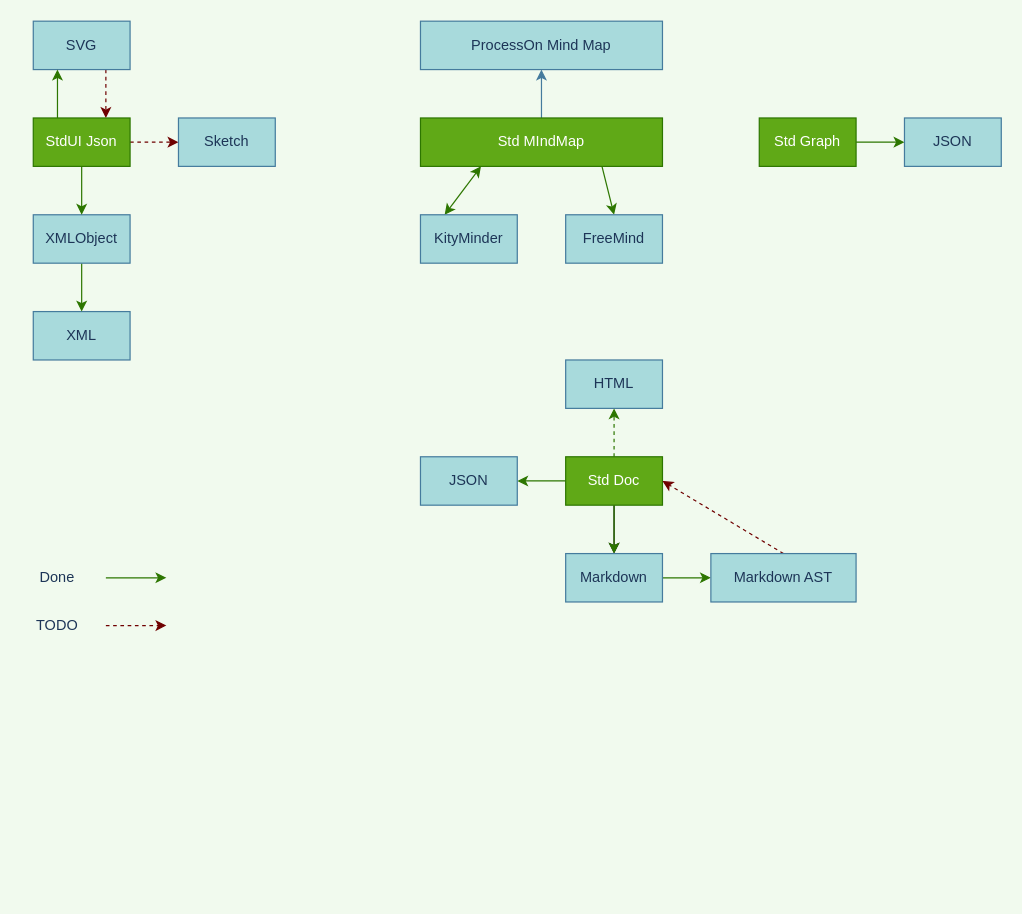
This is goal.drawio from yunser/json-ui, a draw.io file, before an edit. Source tidied: cells renumbered, new cells numbered last; positions are measured from the earlier drawing's top-left corner, leaving out a move shared by most shapes. Both pictures are drawn from the tidied source at 121%, with x=0, y=0 at pixel (33, 21).
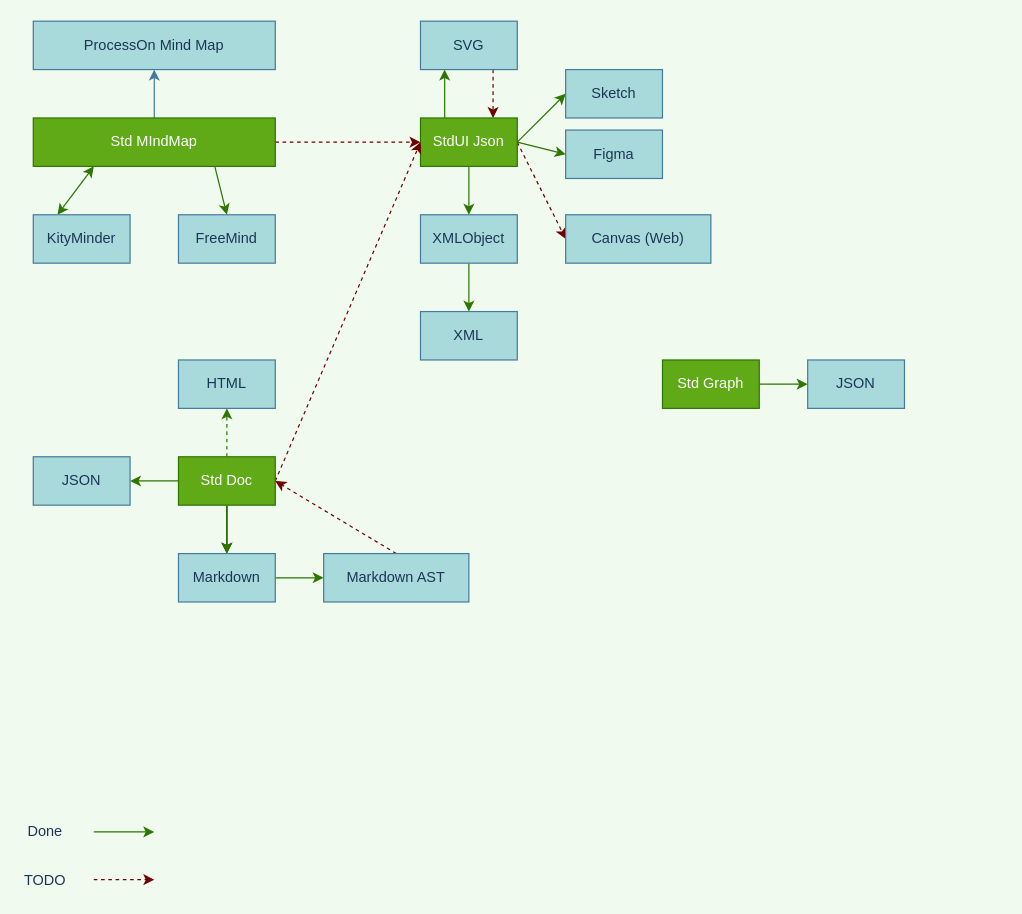
The same page after the edit.

What changed in the source:
```diff
@@
     <mxCell id="2" value="XML" style="whiteSpace=wrap;html=1;fillColor=#A8DADC;strokeColor=#457B9D;fontColor=#1D3557;" parent="1" vertex="1">
-      <mxGeometry y="240" width="80" height="40" as="geometry" />
+      <mxGeometry x="320" y="240" width="80" height="40" as="geometry" />
     </mxCell>
@@
     <mxCell id="4" value="XMLObject" style="whiteSpace=wrap;html=1;fillColor=#A8DADC;strokeColor=#457B9D;fontColor=#1D3557;" parent="1" vertex="1">
-      <mxGeometry y="160" width="80" height="40" as="geometry" />
+      <mxGeometry x="320" y="160" width="80" height="40" as="geometry" />
     </mxCell>
@@
     <mxCell id="6" value="SVG" style="whiteSpace=wrap;html=1;fillColor=#A8DADC;strokeColor=#457B9D;fontColor=#1D3557;" parent="1" vertex="1">
-      <mxGeometry width="80" height="40" as="geometry" />
+      <mxGeometry x="320" width="80" height="40" as="geometry" />
     </mxCell>
@@
-    <mxCell id="9" style="edgeStyle=orthogonalEdgeStyle;rounded=0;jettySize=auto;html=1;exitX=1;exitY=0.5;exitDx=0;exitDy=0;fillColor=#a20025;strokeColor=#6F0000;dashed=1;" parent="1" edge="1" source="10" target="36">
+    <mxCell id="9" style="rounded=0;jettySize=auto;html=1;exitX=1;exitY=0.5;exitDx=0;exitDy=0;fillColor=#60a917;strokeColor=#2D7600;entryX=0;entryY=0.5;entryDx=0;entryDy=0;" parent="1" edge="1" source="10" target="36">
       <mxGeometry relative="1" as="geometry" />
     </mxCell>
+    <mxCell id="37" style="edgeStyle=none;rounded=0;jettySize=auto;html=1;exitX=1;exitY=0.5;exitDx=0;exitDy=0;entryX=0;entryY=0.5;entryDx=0;entryDy=0;fillColor=#a20025;strokeColor=#6F0000;dashed=1;" parent="1" edge="1" source="10" target="41">
+      <mxGeometry relative="1" as="geometry" />
+    </mxCell>
+    <mxCell id="38" style="rounded=0;jettySize=auto;html=1;exitX=1;exitY=0.5;exitDx=0;exitDy=0;entryX=0;entryY=0.5;entryDx=0;entryDy=0;fillColor=#60a917;strokeColor=#2D7600;" parent="1" edge="1" source="10" target="42">
+      <mxGeometry relative="1" as="geometry" />
+    </mxCell>
     <mxCell id="10" value="StdUI Json" style="whiteSpace=wrap;html=1;fillColor=#60a917;strokeColor=#2D7600;fontColor=#ffffff;" parent="1" vertex="1">
-      <mxGeometry y="80" width="80" height="40" as="geometry" />
+      <mxGeometry x="320" y="80" width="80" height="40" as="geometry" />
     </mxCell>
     <mxCell id="11" style="endArrow=classic;html=1;fontColor=#1D3557;strokeColor=#2D7600;fillColor=#60a917;" parent="1" edge="1">
       <mxGeometry relative="1" as="geometry">
-        <mxPoint x="60" y="460" as="sourcePoint" />
-        <mxPoint x="110" y="460" as="targetPoint" />
+        <mxPoint x="50" y="670" as="sourcePoint" />
+        <mxPoint x="100" y="670" as="targetPoint" />
       </mxGeometry>
     </mxCell>
     <mxCell id="12" value="Done" style="text;html=1;strokeColor=none;fillColor=none;align=center;verticalAlign=middle;whiteSpace=wrap;rounded=0;fontColor=#1D3557;" parent="1" vertex="1">
-      <mxGeometry y="450" width="40" height="20" as="geometry" />
+      <mxGeometry x="-10" y="660" width="40" height="20" as="geometry" />
     </mxCell>
     <mxCell id="13" value="TODO" style="text;html=1;strokeColor=none;fillColor=none;align=center;verticalAlign=middle;whiteSpace=wrap;rounded=0;fontColor=#1D3557;" parent="1" vertex="1">
-      <mxGeometry y="490" width="40" height="20" as="geometry" />
+      <mxGeometry x="-10" y="700" width="40" height="20" as="geometry" />
     </mxCell>
     <mxCell id="14" style="endArrow=classic;html=1;fontColor=#1D3557;strokeColor=#6F0000;fillColor=#a20025;dashed=1;" parent="1" edge="1">
       <mxGeometry relative="1" as="geometry">
-        <mxPoint x="60" y="499.5" as="sourcePoint" />
-        <mxPoint x="110" y="499.5" as="targetPoint" />
+        <mxPoint x="50" y="709.5" as="sourcePoint" />
+        <mxPoint x="100" y="709.5" as="targetPoint" />
       </mxGeometry>
     </mxCell>
@@
+    <mxCell id="39" style="edgeStyle=orthogonalEdgeStyle;rounded=0;jettySize=auto;html=1;exitX=1;exitY=0.5;exitDx=0;exitDy=0;entryX=0;entryY=0.5;entryDx=0;entryDy=0;fillColor=#a20025;strokeColor=#6F0000;dashed=1;" parent="1" edge="1" source="17" target="10">
+      <mxGeometry relative="1" as="geometry" />
+    </mxCell>
     <mxCell id="17" value="Std MIndMap" style="whiteSpace=wrap;html=1;fillColor=#60a917;strokeColor=#2D7600;fontColor=#ffffff;" parent="1" vertex="1">
-      <mxGeometry x="320" y="80" width="200" height="40" as="geometry" />
+      <mxGeometry y="80" width="200" height="40" as="geometry" />
     </mxCell>
     <mxCell id="18" value="ProcessOn Mind Map" style="whiteSpace=wrap;html=1;fillColor=#A8DADC;strokeColor=#457B9D;fontColor=#1D3557;" parent="1" vertex="1">
-      <mxGeometry x="320" width="200" height="40" as="geometry" />
+      <mxGeometry width="200" height="40" as="geometry" />
     </mxCell>
@@
+    <mxCell id="40" style="rounded=0;jettySize=auto;html=1;exitX=1;exitY=0.5;exitDx=0;exitDy=0;entryX=0;entryY=0.5;entryDx=0;entryDy=0;dashed=1;fillColor=#a20025;strokeColor=#6F0000;" parent="1" edge="1" source="23" target="10">
+      <mxGeometry relative="1" as="geometry" />
+    </mxCell>
     <mxCell id="23" value="Std Doc" style="whiteSpace=wrap;html=1;fillColor=#60a917;strokeColor=#2D7600;fontColor=#ffffff;" parent="1" vertex="1">
-      <mxGeometry x="440" y="360" width="80" height="40" as="geometry" />
+      <mxGeometry x="120" y="360" width="80" height="40" as="geometry" />
     </mxCell>
@@
     <mxCell id="25" value="Std Graph" style="whiteSpace=wrap;html=1;fillColor=#60a917;strokeColor=#2D7600;fontColor=#ffffff;" parent="1" vertex="1">
-      <mxGeometry x="600" y="80" width="80" height="40" as="geometry" />
+      <mxGeometry x="520" y="280" width="80" height="40" as="geometry" />
     </mxCell>
@@
     <mxCell id="27" value="Markdown" style="whiteSpace=wrap;html=1;fillColor=#A8DADC;strokeColor=#457B9D;fontColor=#1D3557;" parent="1" vertex="1">
-      <mxGeometry x="440" y="440" width="80" height="40" as="geometry" />
+      <mxGeometry x="120" y="440" width="80" height="40" as="geometry" />
     </mxCell>
@@
     <mxCell id="29" value="Markdown AST" style="whiteSpace=wrap;html=1;fillColor=#A8DADC;strokeColor=#457B9D;fontColor=#1D3557;" parent="1" vertex="1">
-      <mxGeometry x="560" y="440" width="120" height="40" as="geometry" />
+      <mxGeometry x="240" y="440" width="120" height="40" as="geometry" />
     </mxCell>
     <mxCell id="30" value="JSON" style="whiteSpace=wrap;html=1;fillColor=#A8DADC;strokeColor=#457B9D;fontColor=#1D3557;" parent="1" vertex="1">
-      <mxGeometry x="320" y="360" width="80" height="40" as="geometry" />
+      <mxGeometry y="360" width="80" height="40" as="geometry" />
     </mxCell>
     <mxCell id="31" value="HTML" style="whiteSpace=wrap;html=1;fillColor=#A8DADC;strokeColor=#457B9D;fontColor=#1D3557;" parent="1" vertex="1">
-      <mxGeometry x="440" y="280" width="80" height="40" as="geometry" />
+      <mxGeometry x="120" y="280" width="80" height="40" as="geometry" />
     </mxCell>
@@
     <mxCell id="33" value="KityMinder" style="whiteSpace=wrap;html=1;fillColor=#A8DADC;strokeColor=#457B9D;fontColor=#1D3557;" parent="1" vertex="1">
-      <mxGeometry x="320" y="160" width="80" height="40" as="geometry" />
+      <mxGeometry y="160" width="80" height="40" as="geometry" />
     </mxCell>
     <mxCell id="34" value="FreeMind" style="whiteSpace=wrap;html=1;fillColor=#A8DADC;strokeColor=#457B9D;fontColor=#1D3557;" parent="1" vertex="1">
-      <mxGeometry x="440" y="160" width="80" height="40" as="geometry" />
+      <mxGeometry x="120" y="160" width="80" height="40" as="geometry" />
     </mxCell>
     <mxCell id="35" value="JSON" style="whiteSpace=wrap;html=1;fillColor=#A8DADC;strokeColor=#457B9D;fontColor=#1D3557;" parent="1" vertex="1">
-      <mxGeometry x="720" y="80" width="80" height="40" as="geometry" />
+      <mxGeometry x="640" y="280" width="80" height="40" as="geometry" />
     </mxCell>
     <mxCell id="36" value="Sketch" style="whiteSpace=wrap;html=1;fillColor=#A8DADC;strokeColor=#457B9D;fontColor=#1D3557;" parent="1" vertex="1">
-      <mxGeometry x="120" y="80" width="80" height="40" as="geometry" />
+      <mxGeometry x="440" y="40" width="80" height="40" as="geometry" />
     </mxCell>
+    <mxCell id="41" value="Canvas (Web)" style="whiteSpace=wrap;html=1;fillColor=#A8DADC;strokeColor=#457B9D;fontColor=#1D3557;" parent="1" vertex="1">
+      <mxGeometry x="440" y="160" width="120" height="40" as="geometry" />
+    </mxCell>
+    <mxCell id="42" value="Figma" style="whiteSpace=wrap;html=1;fillColor=#A8DADC;strokeColor=#457B9D;fontColor=#1D3557;" parent="1" vertex="1">
+      <mxGeometry x="440" y="90" width="80" height="40" as="geometry" />
+    </mxCell>
```
